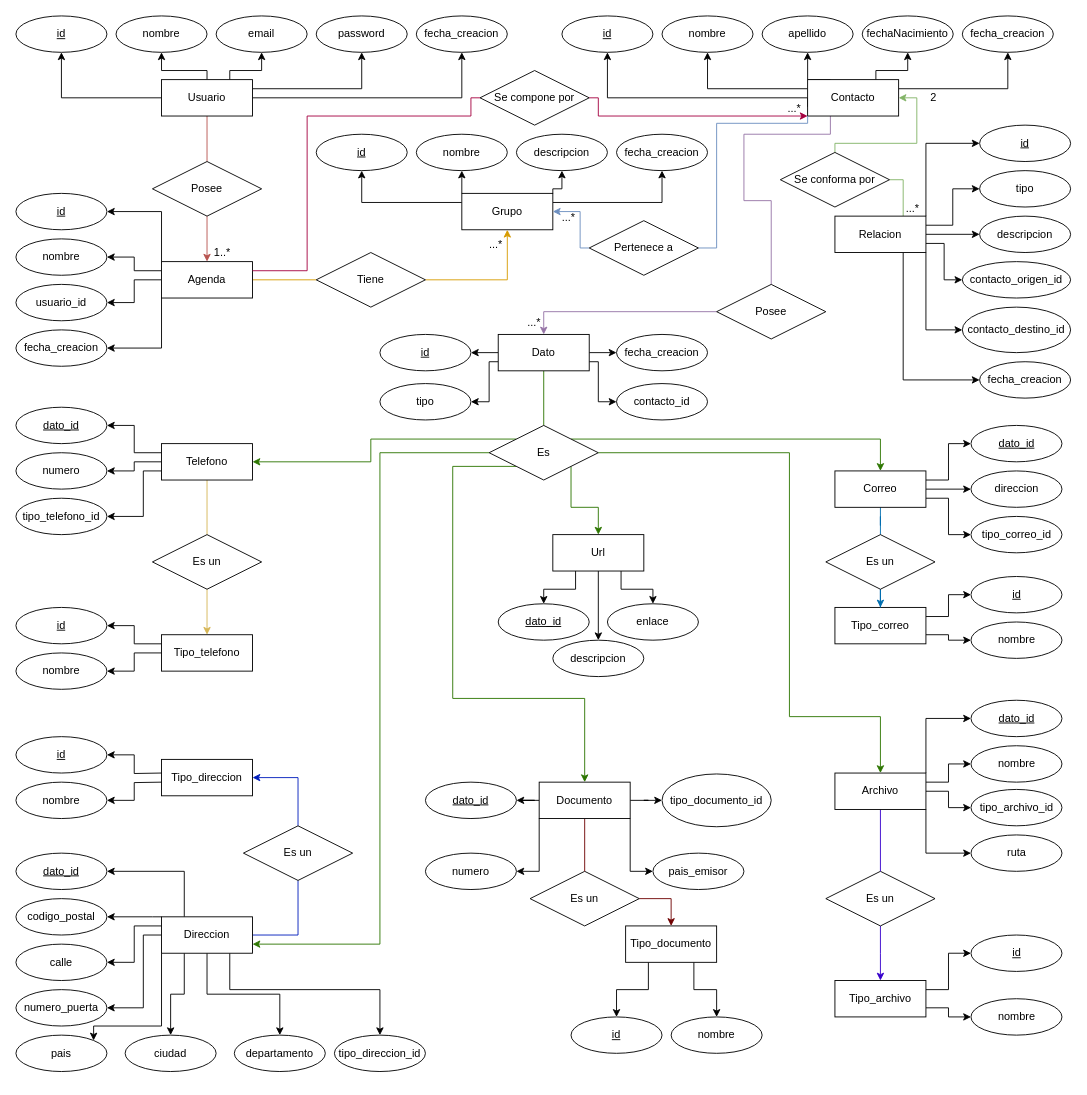
Earlier version of the draw.io diagram Diagrama sin título.drawio (clara-s-n/ejercicio_sobre_repositorios). Source tidied: cells renumbered, new cells numbered last; positions are measured from the earlier drawing's top-left corner, leaving out a move shared by most shapes. Both pictures are drawn from the tidied source at 91%, with x=0, y=0 at pixel (15, 15).
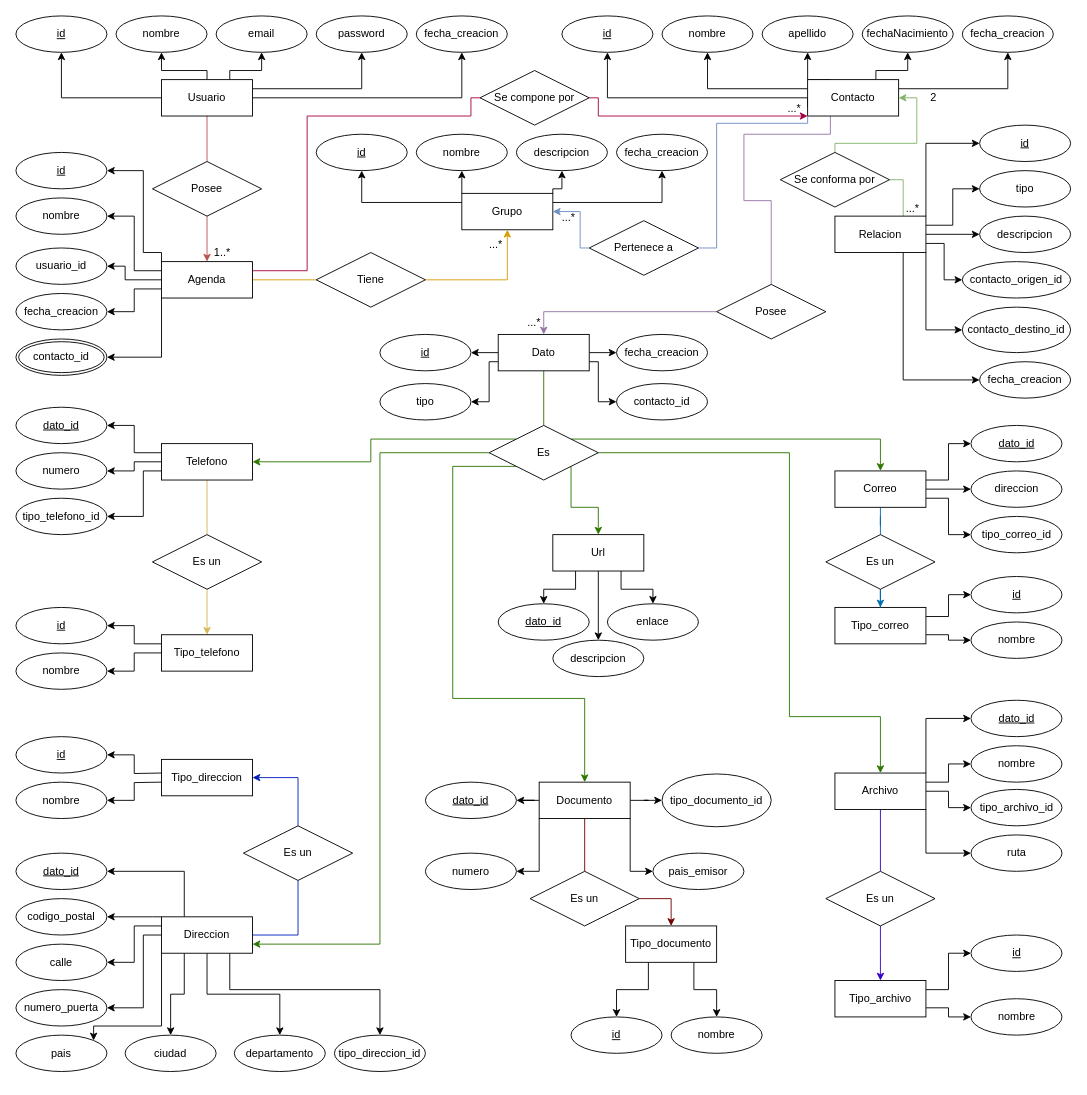
The same diagram, later.

Unchanged cells that the change refers to:
```xml
<mxCell id="17" value="Agenda" style="whiteSpace=wrap;html=1;align=center;" parent="1" vertex="1">
  <mxGeometry x="160" y="270" width="100" height="40" as="geometry" />
</mxCell>
```

What changed in the source:
```diff
@@
     <mxCell id="12" style="edgeStyle=orthogonalEdgeStyle;rounded=0;jettySize=auto;html=1;exitX=0;exitY=0;exitDx=0;exitDy=0;entryX=1;entryY=0.5;entryDx=0;entryDy=0;" parent="1" edge="1" source="17" target="32">
-      <mxGeometry relative="1" as="geometry" />
+      <mxGeometry relative="1" as="geometry">
+        <Array as="points">
+          <mxPoint x="160" y="260" />
+          <mxPoint x="140" y="260" />
+          <mxPoint x="140" y="170" />
+        </Array>
+      </mxGeometry>
     </mxCell>
     <mxCell id="13" style="edgeStyle=orthogonalEdgeStyle;rounded=0;jettySize=auto;html=1;exitX=0;exitY=0.25;exitDx=0;exitDy=0;entryX=1;entryY=0.5;entryDx=0;entryDy=0;" parent="1" edge="1" source="17" target="19">
-      <mxGeometry relative="1" as="geometry" />
+      <mxGeometry relative="1" as="geometry">
+        <Array as="points">
+          <mxPoint x="130" y="280" />
+          <mxPoint x="130" y="220" />
+        </Array>
+      </mxGeometry>
     </mxCell>
     <mxCell id="14" style="edgeStyle=orthogonalEdgeStyle;rounded=0;jettySize=auto;html=1;exitX=0;exitY=0.5;exitDx=0;exitDy=0;entryX=1;entryY=0.5;entryDx=0;entryDy=0;" parent="1" edge="1" source="17" target="18">
-      <mxGeometry relative="1" as="geometry" />
+      <mxGeometry relative="1" as="geometry">
+        <Array as="points">
+          <mxPoint x="120" y="290" />
+          <mxPoint x="120" y="275" />
+        </Array>
+      </mxGeometry>
     </mxCell>
-    <mxCell id="15" style="edgeStyle=orthogonalEdgeStyle;rounded=0;jettySize=auto;html=1;exitX=0;exitY=1;exitDx=0;exitDy=0;entryX=1;entryY=0.5;entryDx=0;entryDy=0;" parent="1" edge="1" source="17" target="55">
-      <mxGeometry relative="1" as="geometry" />
+    <mxCell id="15" style="edgeStyle=orthogonalEdgeStyle;rounded=0;jettySize=auto;html=1;exitX=0;exitY=1;exitDx=0;exitDy=0;entryX=1;entryY=0.5;entryDx=0;entryDy=0;" parent="1" edge="1" source="17" target="195">
+      <mxGeometry relative="1" as="geometry">
+        <Array as="points">
+          <mxPoint x="160" y="375" />
+        </Array>
+      </mxGeometry>
     </mxCell>
@@
+    <mxCell id="194" style="edgeStyle=orthogonalEdgeStyle;rounded=0;jettySize=auto;html=1;exitX=0;exitY=0.75;exitDx=0;exitDy=0;entryX=1;entryY=0.5;entryDx=0;entryDy=0;" parent="1" edge="1" source="17" target="55">
+      <mxGeometry relative="1" as="geometry" />
+    </mxCell>
@@
     <mxCell id="18" value="usuario_id" style="ellipse;whiteSpace=wrap;html=1;align=center;" parent="1" vertex="1">
-      <mxGeometry y="295" width="100" height="40" as="geometry" />
+      <mxGeometry y="255" width="100" height="40" as="geometry" />
     </mxCell>
     <mxCell id="19" value="nombre" style="ellipse;whiteSpace=wrap;html=1;align=center;" parent="1" vertex="1">
-      <mxGeometry y="245" width="100" height="40" as="geometry" />
+      <mxGeometry y="200" width="100" height="40" as="geometry" />
     </mxCell>
@@
     <mxCell id="32" value="id" style="ellipse;whiteSpace=wrap;html=1;align=center;fontStyle=4;" parent="1" vertex="1">
-      <mxGeometry y="195" width="100" height="40" as="geometry" />
+      <mxGeometry y="150" width="100" height="40" as="geometry" />
     </mxCell>
@@
     <mxCell id="55" value="fecha_creacion" style="ellipse;whiteSpace=wrap;html=1;align=center;" parent="1" vertex="1">
-      <mxGeometry y="345" width="100" height="40" as="geometry" />
+      <mxGeometry y="305" width="100" height="40" as="geometry" />
     </mxCell>
@@
+    <mxCell id="195" value="contacto_id" style="ellipse;shape=doubleEllipse;margin=3;whiteSpace=wrap;html=1;align=center;" parent="1" vertex="1">
+      <mxGeometry y="355" width="100" height="40" as="geometry" />
+    </mxCell>
```
